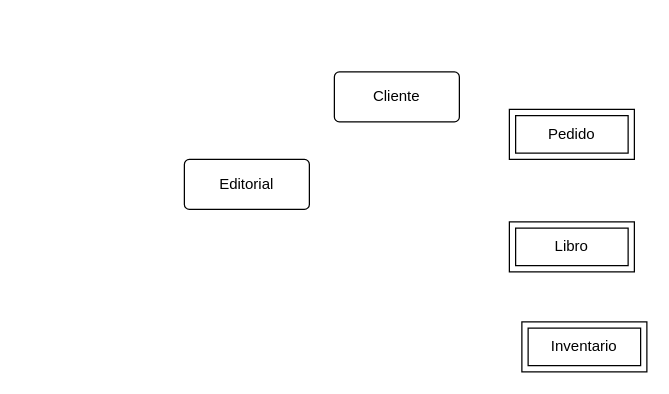
Before: db/modelo.drawio in Sergio-Tolaba/ds_ej, a draw.io diagram. Source tidied: cells renumbered, new cells numbered last; positions are measured from the earlier drawing's top-left corner, leaving out a move shared by most shapes. Both pictures are drawn from the tidied source at 125%, with x=0, y=0 at pixel (184, 71).
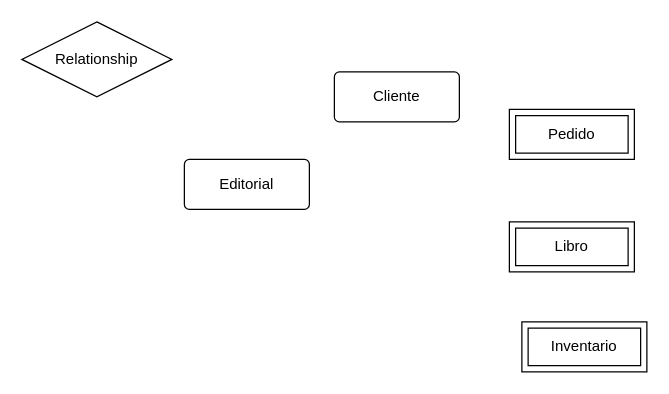
After the change.

What changed in the source:
```diff
@@
 <mxGraphModel>
   <root>
     <mxCell id="0" />
     <mxCell id="1" parent="0" />
     <mxCell id="2" value="Cliente" style="rounded=1;arcSize=10;whiteSpace=wrap;html=1;align=center;" parent="1" vertex="1">
       <mxGeometry x="120" width="100" height="40" as="geometry" />
     </mxCell>
     <mxCell id="3" value="Editorial" style="rounded=1;arcSize=10;whiteSpace=wrap;html=1;align=center;" parent="1" vertex="1">
       <mxGeometry y="70" width="100" height="40" as="geometry" />
     </mxCell>
     <mxCell id="4" value="Pedido" style="shape=ext;margin=3;double=1;whiteSpace=wrap;html=1;align=center;" parent="1" vertex="1">
       <mxGeometry x="260" y="30" width="100" height="40" as="geometry" />
     </mxCell>
     <mxCell id="5" value="Libro" style="shape=ext;margin=3;double=1;whiteSpace=wrap;html=1;align=center;" parent="1" vertex="1">
       <mxGeometry x="260" y="120" width="100" height="40" as="geometry" />
     </mxCell>
     <mxCell id="6" value="Inventario" style="shape=ext;margin=3;double=1;whiteSpace=wrap;html=1;align=center;" parent="1" vertex="1">
       <mxGeometry x="270" y="200" width="100" height="40" as="geometry" />
     </mxCell>
+    <mxCell id="7" value="Relationship" style="shape=rhombus;perimeter=rhombusPerimeter;whiteSpace=wrap;html=1;align=center;" parent="1" vertex="1">
+      <mxGeometry x="-130" y="-40" width="120" height="60" as="geometry" />
+    </mxCell>
   </root>
 </mxGraphModel>
```
